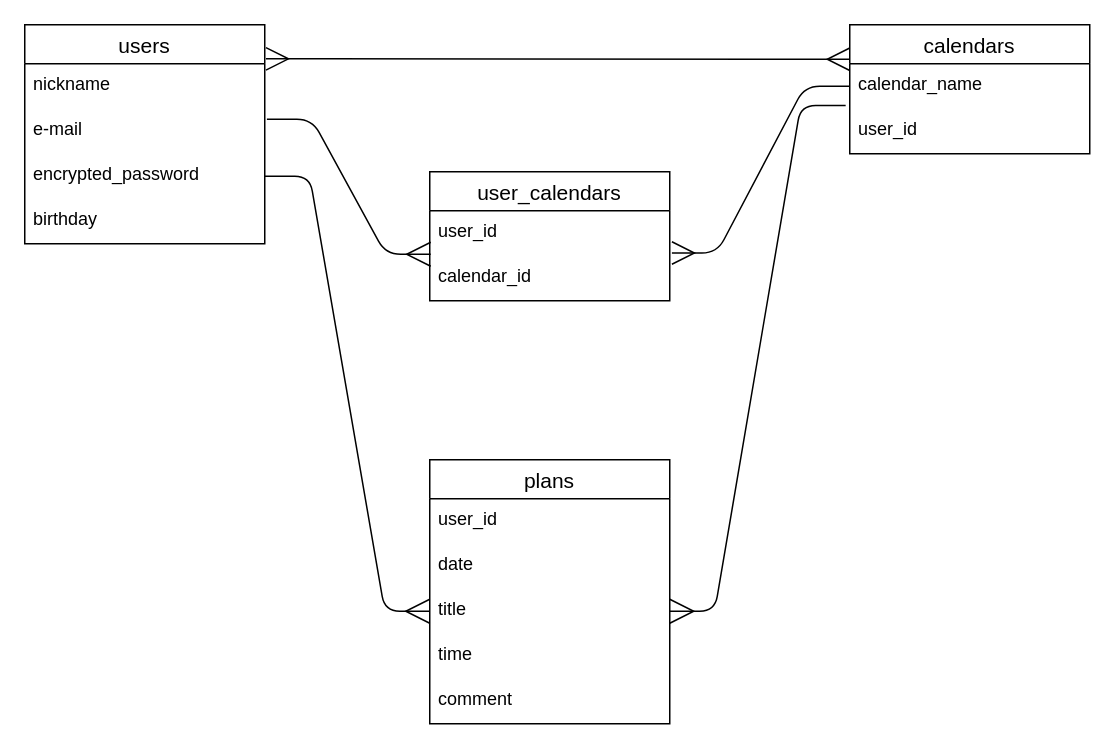
Earlier version of the draw.io diagram sharecalendar.dio (gomachan3232/sharecalendar). Source tidied: cells renumbered, new cells numbered last; positions are measured from the earlier drawing's top-left corner, leaving out a move shared by most shapes. Both pictures are drawn from the tidied source at 150%, with x=0, y=0 at pixel (24, 24).
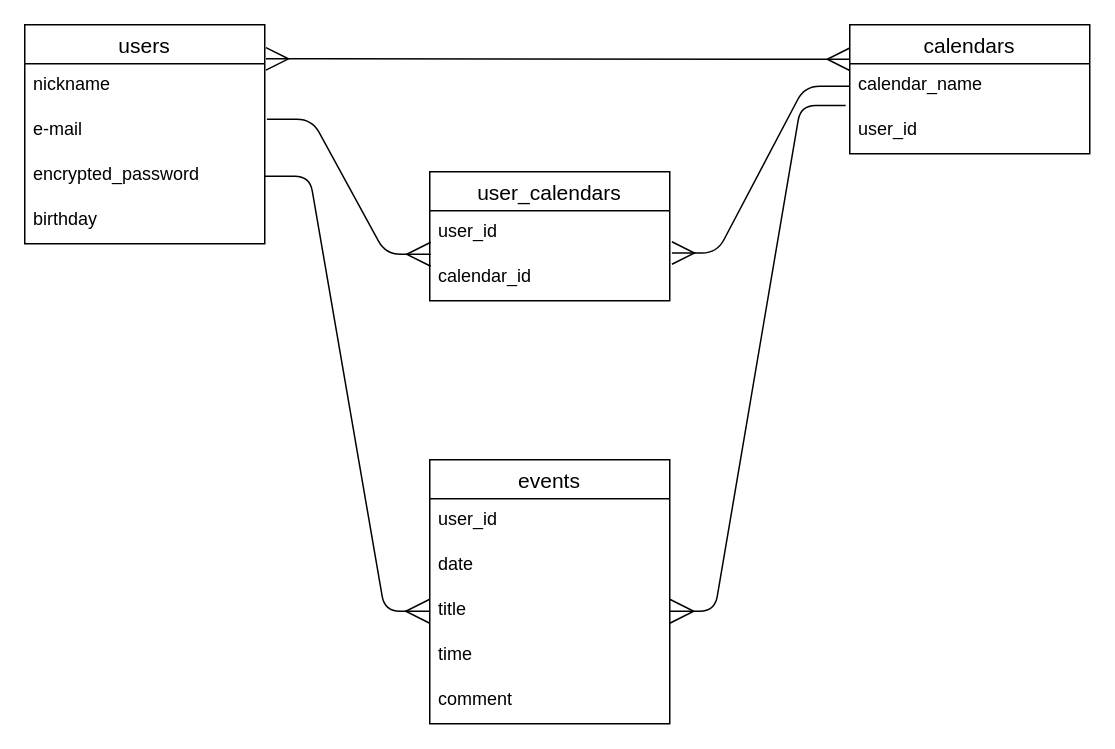
Above is the later version.

What changed in the source:
```diff
@@
-    <mxCell id="10" value="plans" style="swimlane;fontStyle=0;horizontal=1;startSize=26;align=center;fontSize=14;" parent="1" vertex="1">
+    <mxCell id="10" value="events" style="swimlane;fontStyle=0;horizontal=1;startSize=26;align=center;fontSize=14;" parent="1" vertex="1">
       <mxGeometry x="270" y="290" width="160" height="176" as="geometry" />
     </mxCell>
```
